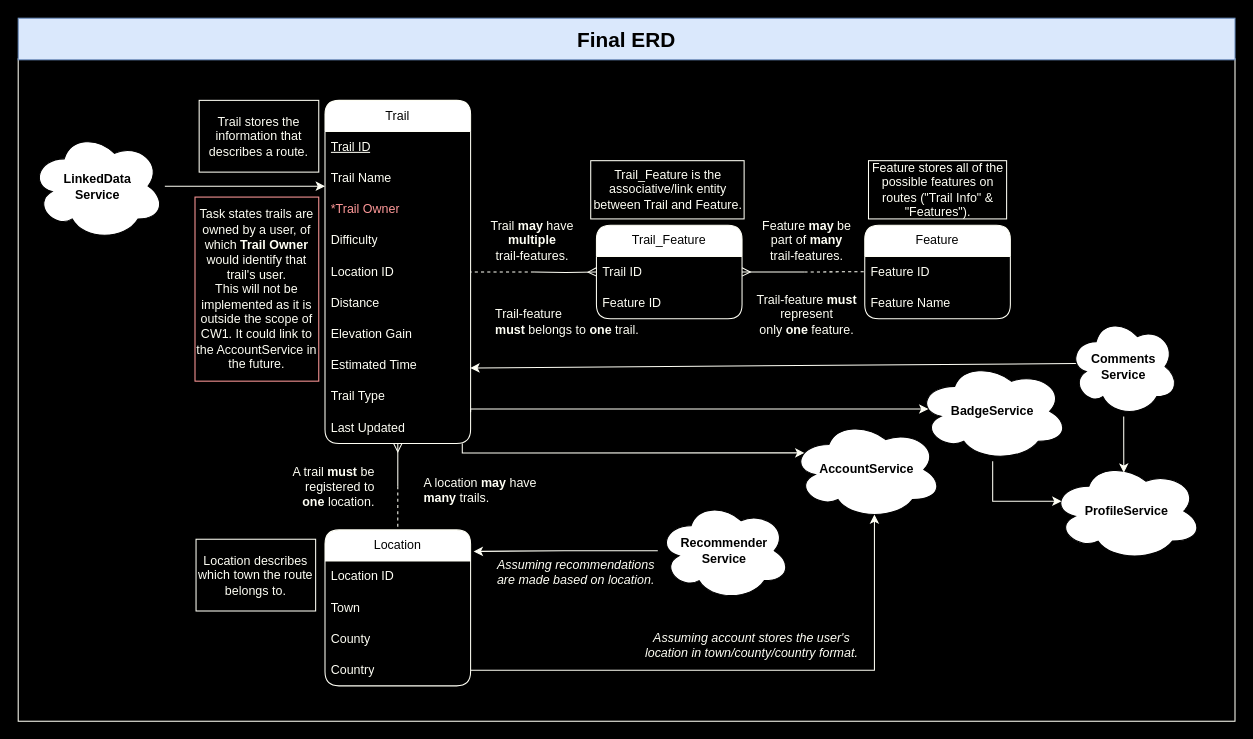
Earlier version of the draw.io diagram ERD Diagrams/Final ERD.drawio (jensenhill/CW1-COMP2001-JensenHill). Source tidied: cells renumbered, new cells numbered last; positions are measured from the earlier drawing's top-left corner, leaving out a move shared by most shapes. Both pictures are drawn from the tidied source at 104%, with x=0, y=0 at pixel (18, 18).
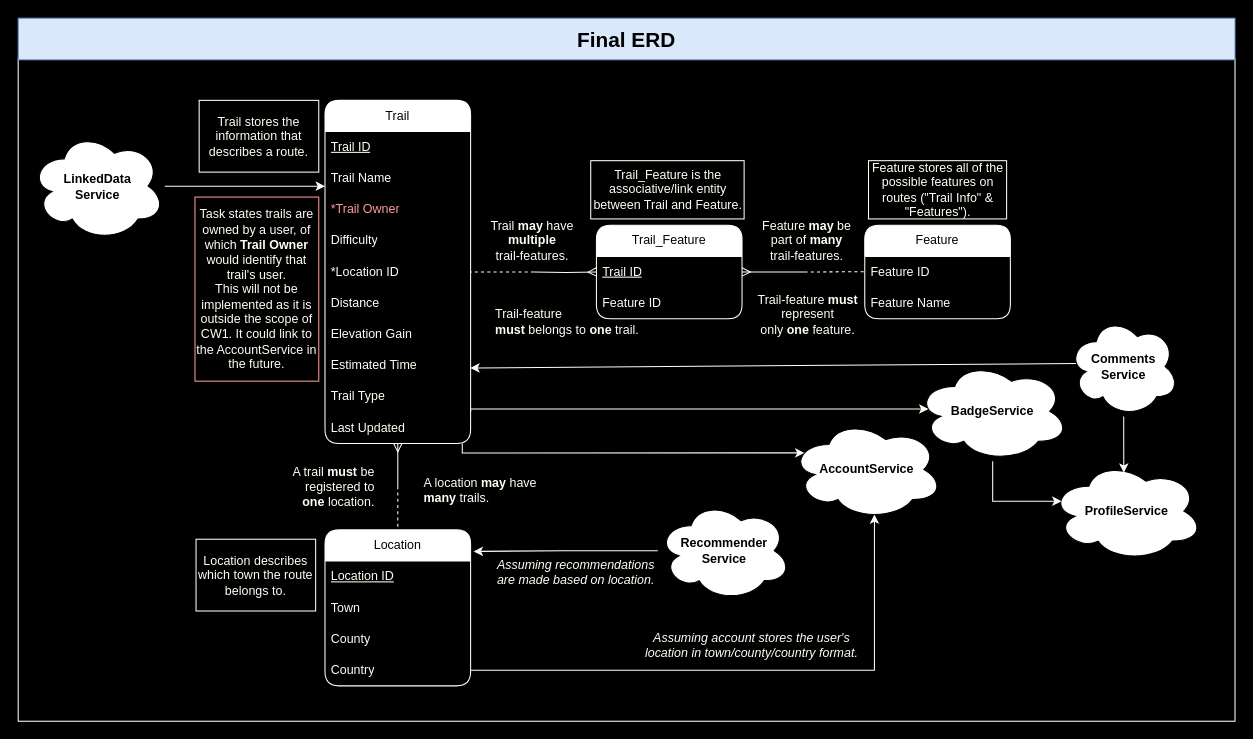
Above is the later version.

Unchanged cells that the change refers to:
```xml
<mxCell id="3" value="&lt;div&gt;Trail&lt;/div&gt;" style="swimlane;fontStyle=0;horizontal=1;startSize=30;whiteSpace=wrap;html=1;strokeColor=#FFFFF5;rounded=1;" parent="1" vertex="1">
  <mxGeometry x="295" y="79" width="140" height="330" as="geometry" />
</mxCell>
<mxCell id="14" value="Location" style="swimlane;fontStyle=0;horizontal=1;startSize=30;whiteSpace=wrap;html=1;strokeColor=#FFFFF5;rounded=1;" parent="1" vertex="1">
  <mxGeometry x="295" y="492" width="140" height="150" as="geometry" />
</mxCell>
<mxCell id="19" value="Trail_Feature" style="swimlane;fontStyle=0;horizontal=1;startSize=30;whiteSpace=wrap;html=1;strokeColor=#FFFFF5;rounded=1;" parent="1" vertex="1">
  <mxGeometry x="556" y="199" width="140" height="90" as="geometry" />
</mxCell>
<mxCell id="22" value="Feature" style="swimlane;fontStyle=0;horizontal=1;startSize=30;whiteSpace=wrap;html=1;strokeColor=#FFFFF5;rounded=1;" parent="1" vertex="1">
  <mxGeometry x="814" y="199" width="140" height="90" as="geometry" />
</mxCell>
```

Diff of the diagram source:
```diff
@@
+    <mxCell id="57" style="rounded=0;whiteSpace=wrap;html=1;fillColor=none;strokeColor=#FFFFF5;" parent="1" vertex="1">
+      <mxGeometry y="39" width="1170" height="637" as="geometry" />
+    </mxCell>
@@
-    <mxCell id="8" value="&lt;div&gt;Location ID&lt;/div&gt;" style="text;strokeColor=none;fillColor=none;align=left;verticalAlign=middle;spacingLeft=4;spacingRight=4;overflow=hidden;whiteSpace=wrap;html=1;fontColor=#FFFFF5;" parent="3" vertex="1">
+    <mxCell id="8" value="&lt;div&gt;*Location ID&lt;/div&gt;" style="text;strokeColor=none;fillColor=none;align=left;verticalAlign=middle;spacingLeft=4;spacingRight=4;overflow=hidden;whiteSpace=wrap;html=1;fontColor=#FFFFF5;" parent="3" vertex="1">
       <mxGeometry y="150" width="140" height="30" as="geometry" />
     </mxCell>
@@
-    <mxCell id="15" value="&lt;font color=&quot;#fffff5&quot;&gt;Location ID&lt;br&gt;&lt;/font&gt;" style="text;strokeColor=none;fillColor=none;align=left;verticalAlign=middle;spacingLeft=4;spacingRight=4;overflow=hidden;whiteSpace=wrap;html=1;" parent="14" vertex="1">
+    <mxCell id="15" value="&lt;font color=&quot;#fffff5&quot;&gt;&lt;u&gt;Location ID&lt;br&gt;&lt;/u&gt;&lt;/font&gt;" style="text;strokeColor=none;fillColor=none;align=left;verticalAlign=middle;spacingLeft=4;spacingRight=4;overflow=hidden;whiteSpace=wrap;html=1;" parent="14" vertex="1">
       <mxGeometry y="30" width="140" height="30" as="geometry" />
     </mxCell>
@@
-    <mxCell id="20" value="&lt;font color=&quot;#fffff5&quot;&gt;Trail ID&lt;br&gt;&lt;/font&gt;" style="text;strokeColor=none;fillColor=none;align=left;verticalAlign=middle;spacingLeft=4;spacingRight=4;overflow=hidden;points=[[0,0.5],[1,0.5]];portConstraint=eastwest;whiteSpace=wrap;html=1;" parent="19" vertex="1">
+    <mxCell id="20" value="&lt;font color=&quot;#fffff5&quot;&gt;&lt;u&gt;Trail ID&lt;br&gt;&lt;/u&gt;&lt;/font&gt;" style="text;strokeColor=none;fillColor=none;align=left;verticalAlign=middle;spacingLeft=4;spacingRight=4;overflow=hidden;points=[[0,0.5],[1,0.5]];portConstraint=eastwest;whiteSpace=wrap;html=1;" parent="19" vertex="1">
       <mxGeometry y="30" width="140" height="30" as="geometry" />
     </mxCell>
@@
-    <mxCell id="23" value="&lt;font color=&quot;#fffff5&quot;&gt;Feature ID&lt;br&gt;&lt;/font&gt;" style="text;strokeColor=none;fillColor=none;align=left;verticalAlign=middle;spacingLeft=4;spacingRight=4;overflow=hidden;points=[[0,0.5],[1,0.5]];portConstraint=eastwest;whiteSpace=wrap;html=1;" parent="22" vertex="1">
+    <mxCell id="23" value="&lt;u&gt;&lt;font color=&quot;#fffff5&quot;&gt;Feature ID&lt;br&gt;&lt;/font&gt;&lt;/u&gt;" style="text;strokeColor=none;fillColor=none;align=left;verticalAlign=middle;spacingLeft=4;spacingRight=4;overflow=hidden;points=[[0,0.5],[1,0.5]];portConstraint=eastwest;whiteSpace=wrap;html=1;" parent="22" vertex="1">
       <mxGeometry y="30" width="140" height="30" as="geometry" />
     </mxCell>
@@
-    <mxCell id="49" value="&lt;font color=&quot;#fffff5&quot;&gt;Trail-feature &lt;b&gt;must&lt;br&gt;&lt;/b&gt;represent&lt;br&gt;only &lt;b&gt;one &lt;/b&gt;feature.&lt;/font&gt;" style="text;html=1;align=center;verticalAlign=middle;strokeColor=none;fillColor=none;" parent="1" vertex="1">
-      <mxGeometry x="700" y="257" width="116" height="55" as="geometry" />
+    <mxCell id="49" value="&lt;font color=&quot;#fffff5&quot;&gt;Trail-feature &lt;b&gt;must&lt;br&gt;&lt;/b&gt;represent&lt;br&gt;only &lt;b&gt;one &lt;/b&gt;feature. &lt;br&gt;&lt;/font&gt;" style="text;html=1;align=center;verticalAlign=middle;strokeColor=none;fillColor=none;" parent="1" vertex="1">
+      <mxGeometry x="698" y="257" width="121" height="55" as="geometry" />
     </mxCell>
@@
-    <mxCell id="57" style="rounded=0;whiteSpace=wrap;html=1;fillColor=none;strokeColor=#FFFFF5;" parent="1" vertex="1">
-      <mxGeometry y="39" width="1170" height="637" as="geometry" />
-    </mxCell>
```
